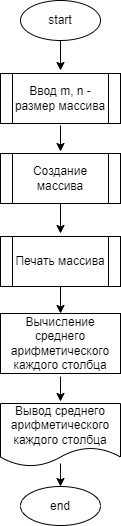
Before: HW9/Ex64/diagram.drawio.png, a diagram exported from draw.io (SboevaTatiana/HW_1). Source tidied: cells renumbered, new cells last; positions are measured from the earlier drawing's top-left corner, leaving out a move shared by most shapes.
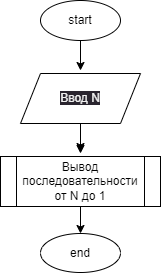
Above is the later version.

What changed in the source:
```diff
@@ -16,46 +16,25 @@
         <mxPoint x="60" y="151" as="targetPoint" />
       </mxGeometry>
     </mxCell>
-    <mxCell id="5" style="edgeStyle=orthogonalEdgeStyle;rounded=0;jettySize=auto;html=1;" parent="1" edge="1" target="6">
-      <mxGeometry relative="1" as="geometry">
-        <mxPoint x="60" y="463" as="sourcePoint" />
-        <Array as="points">
-          <mxPoint x="60" y="473" />
-          <mxPoint x="60" y="473" />
-        </Array>
-      </mxGeometry>
-    </mxCell>
     <mxCell id="6" value="end" style="ellipse;whiteSpace=wrap;html=1;" parent="1" vertex="1">
-      <mxGeometry x="20" y="486" width="80" height="39" as="geometry" />
+      <mxGeometry x="20" y="233" width="80" height="39" as="geometry" />
     </mxCell>
-    <mxCell id="7" style="edgeStyle=none;html=1;" parent="1" edge="1">
-      <mxGeometry relative="1" as="geometry">
-        <mxPoint x="60" y="376" as="sourcePoint" />
-        <mxPoint x="60" y="401" as="targetPoint" />
-      </mxGeometry>
-    </mxCell>
-    <mxCell id="8" value="Ввод m, n - размер массива" style="shape=process;whiteSpace=wrap;html=1;backgroundOutline=1;" parent="1" vertex="1">
-      <mxGeometry y="73" width="120" height="50" as="geometry" />
-    </mxCell>
-    <mxCell id="9" style="edgeStyle=none;html=1;" parent="1" edge="1" source="10">
+    <mxCell id="9" style="edgeStyle=none;html=1;" parent="1" edge="1">
       <mxGeometry relative="1" as="geometry">
-        <mxPoint x="60" y="233" as="targetPoint" />
+        <mxPoint x="60" y="123" as="sourcePoint" />
+        <mxPoint x="60" y="153" as="targetPoint" />
       </mxGeometry>
     </mxCell>
-    <mxCell id="10" value="Создание массива" style="shape=process;whiteSpace=wrap;html=1;backgroundOutline=1;" parent="1" vertex="1">
-      <mxGeometry y="153" width="120" height="50" as="geometry" />
-    </mxCell>
-    <mxCell id="11" style="edgeStyle=none;html=1;entryX=0.5;entryY=0;entryDx=0;entryDy=0;" parent="1" edge="1" source="12" target="14">
-      <mxGeometry relative="1" as="geometry" />
+    <mxCell id="11" style="edgeStyle=none;html=1;entryX=0.5;entryY=0;entryDx=0;entryDy=0;" parent="1" edge="1" source="12">
+      <mxGeometry relative="1" as="geometry">
+        <mxPoint x="60" y="233" as="targetPoint" />
+      </mxGeometry>
     </mxCell>
-    <mxCell id="12" value="Печать массива" style="shape=process;whiteSpace=wrap;html=1;backgroundOutline=1;" parent="1" vertex="1">
-      <mxGeometry y="236" width="120" height="50" as="geometry" />
+    <mxCell id="12" value="Вывод последовательности от N до 1" style="shape=process;whiteSpace=wrap;html=1;backgroundOutline=1;" parent="1" vertex="1">
+      <mxGeometry x="-20" y="156" width="160" height="50" as="geometry" />
     </mxCell>
-    <mxCell id="13" value="Вывод среднего арифметического каждого столбца" style="shape=document;whiteSpace=wrap;html=1;boundedLbl=1;" parent="1" vertex="1">
-      <mxGeometry y="403" width="120" height="63" as="geometry" />
-    </mxCell>
-    <mxCell id="14" value="Вычисление среднего арифметического каждого столбца" style="rounded=0;whiteSpace=wrap;html=1;" parent="1" vertex="1">
-      <mxGeometry y="313" width="120" height="60" as="geometry" />
-    </mxCell>
+    <mxCell id="15" value="&lt;span style=&quot;color: rgb(240, 240, 240); font-family: Helvetica; font-size: 12px; font-style: normal; font-variant-ligatures: normal; font-variant-caps: normal; font-weight: 400; letter-spacing: normal; orphans: 2; text-align: center; text-indent: 0px; text-transform: none; widows: 2; word-spacing: 0px; -webkit-text-stroke-width: 0px; background-color: rgb(42, 37, 47); text-decoration-thickness: initial; text-decoration-style: initial; text-decoration-color: initial; float: none; display: inline !important;&quot;&gt;Ввод N&lt;/span&gt;" style="shape=parallelogram;perimeter=parallelogramPerimeter;whiteSpace=wrap;html=1;fixedSize=1;" parent="1" vertex="1">
+      <mxGeometry y="73" width="120" height="50" as="geometry" />
+    </mxCell>
   </root>
 </mxGraphModel>
```
